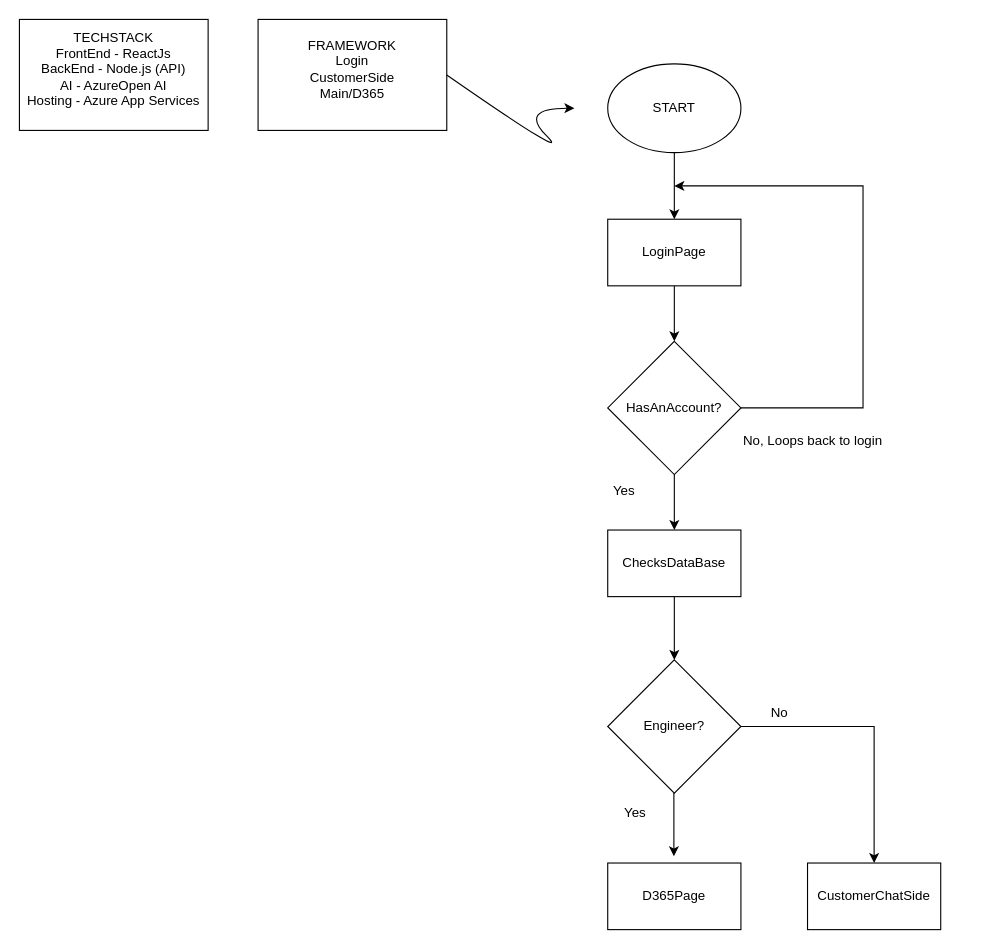
Before: backup.drawio in Ndkorr/ai-customer-profiler, a draw.io diagram. Source tidied: cells renumbered, new cells numbered last; positions are measured from the earlier drawing's top-left corner, leaving out a move shared by most shapes. Both pictures are drawn from the tidied source at 111%, with x=0, y=0 at pixel (19, 19).
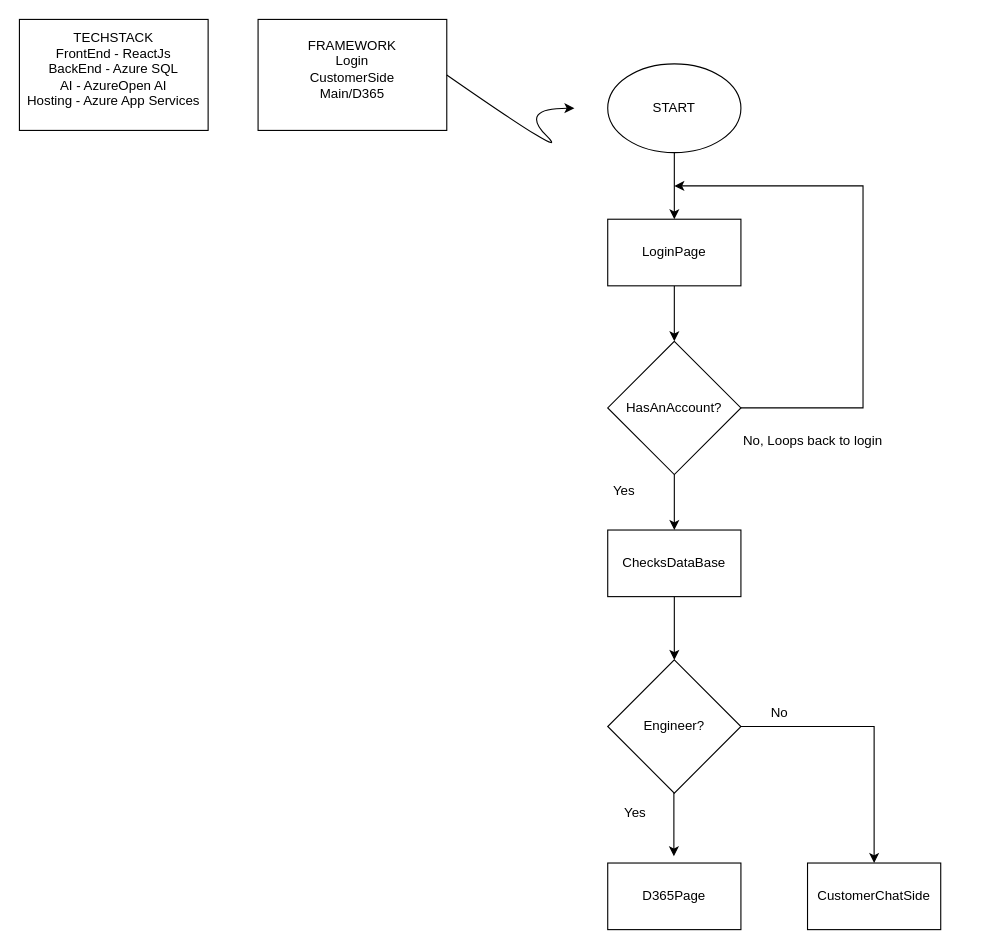
Above is the later version.

The edit, as a diff of the source:
```diff
@@
-    <mxCell id="3" value="TECHSTACK&lt;div&gt;FrontEnd - ReactJs&lt;/div&gt;&lt;div&gt;BackEnd - Node.js (API)&lt;/div&gt;&lt;div&gt;AI - AzureOpen AI&lt;/div&gt;&lt;div&gt;Hosting - Azure App Services&lt;/div&gt;" style="text;html=1;align=center;verticalAlign=middle;whiteSpace=wrap;rounded=0;" parent="1" vertex="1">
+    <mxCell id="3" value="TECHSTACK&lt;div&gt;FrontEnd - ReactJs&lt;/div&gt;&lt;div&gt;BackEnd - Azure SQL&lt;/div&gt;&lt;div&gt;AI - AzureOpen AI&lt;/div&gt;&lt;div&gt;Hosting - Azure App Services&lt;/div&gt;" style="text;html=1;align=center;verticalAlign=middle;whiteSpace=wrap;rounded=0;" parent="1" vertex="1">
       <mxGeometry y="30" width="170" height="30" as="geometry" />
     </mxCell>
```
